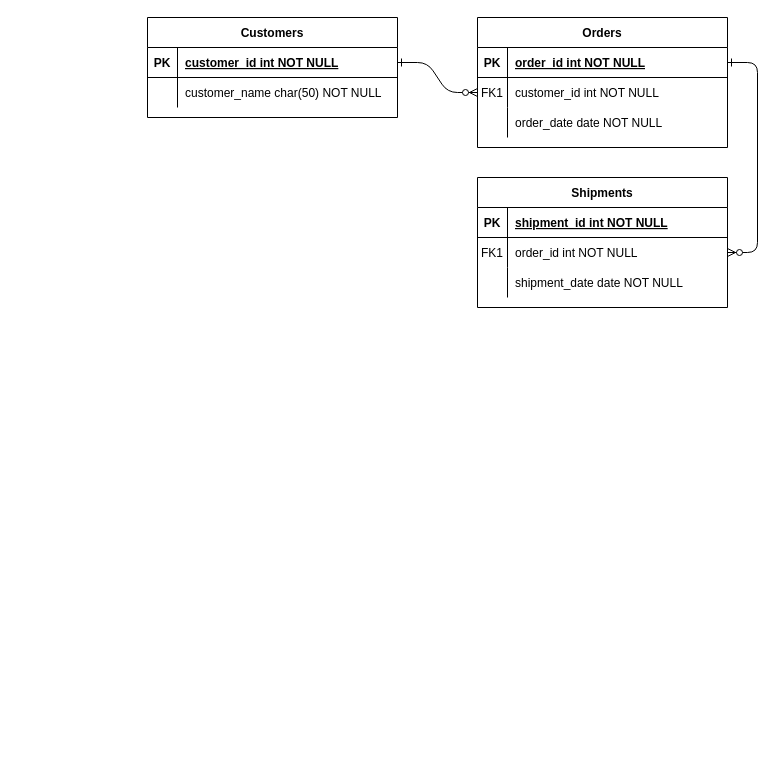
Earlier version of the draw.io diagram Classwork10/02.drawio (KESHAVSHARMA40/KESHAVGITHUB). Source tidied: cells renumbered, new cells numbered last; positions are measured from the earlier drawing's top-left corner, leaving out a move shared by most shapes. Both pictures are drawn from the tidied source at 100%, with x=0, y=0 at pixel (147, 17).
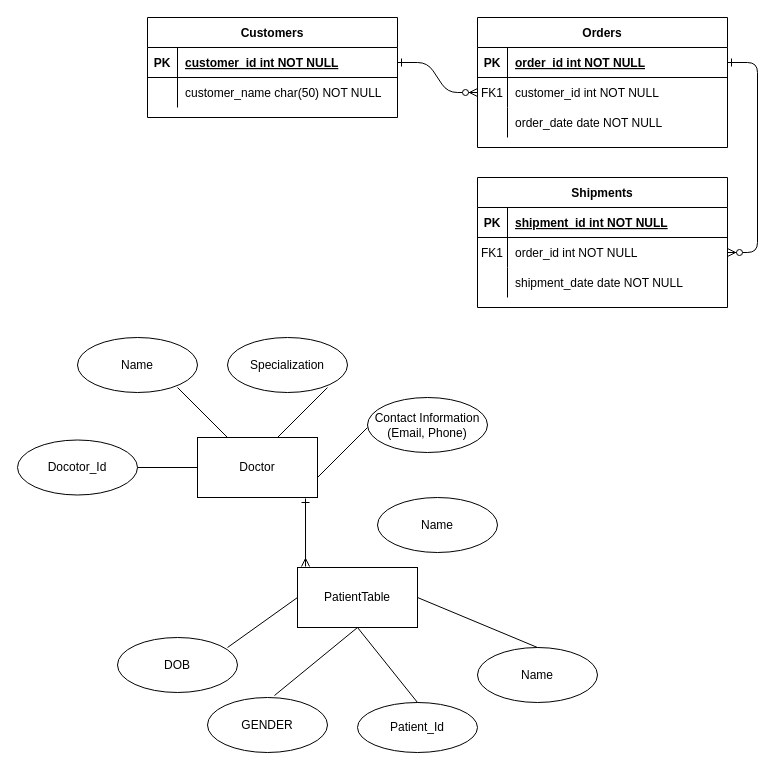
The same diagram, later.

Diff of the diagram source:
```diff
@@
+    <mxCell id="31" value="Patient_Id" style="ellipse;whiteSpace=wrap;html=1;" parent="1" vertex="1">
+      <mxGeometry x="210" y="685" width="120" height="50" as="geometry" />
+    </mxCell>
+    <mxCell id="32" value="PatientTable" style="rounded=0;whiteSpace=wrap;html=1;" parent="1" vertex="1">
+      <mxGeometry x="150" y="550" width="120" height="60" as="geometry" />
+    </mxCell>
+    <mxCell id="33" value="Name" style="ellipse;whiteSpace=wrap;html=1;" parent="1" vertex="1">
+      <mxGeometry x="330" y="630" width="120" height="55" as="geometry" />
+    </mxCell>
+    <mxCell id="34" value="DOB" style="ellipse;whiteSpace=wrap;html=1;" parent="1" vertex="1">
+      <mxGeometry x="-30" y="620" width="120" height="55" as="geometry" />
+    </mxCell>
+    <mxCell id="35" value="GENDER" style="ellipse;whiteSpace=wrap;html=1;" parent="1" vertex="1">
+      <mxGeometry x="60" y="680" width="120" height="55" as="geometry" />
+    </mxCell>
+    <mxCell id="36" style="endArrow=none;html=1;rounded=0;exitX=0.917;exitY=0.182;exitDx=0;exitDy=0;exitPerimeter=0;" parent="1" edge="1" source="34">
+      <mxGeometry relative="1" as="geometry">
+        <mxPoint x="150" y="580" as="targetPoint" />
+      </mxGeometry>
+    </mxCell>
+    <mxCell id="37" style="endArrow=none;html=1;rounded=0;exitX=0.558;exitY=-0.036;exitDx=0;exitDy=0;exitPerimeter=0;" parent="1" edge="1" source="35">
+      <mxGeometry relative="1" as="geometry">
+        <mxPoint x="210" y="610" as="targetPoint" />
+      </mxGeometry>
+    </mxCell>
+    <mxCell id="38" style="endArrow=none;html=1;rounded=0;exitX=0.5;exitY=0;exitDx=0;exitDy=0;" parent="1" edge="1" source="31">
+      <mxGeometry relative="1" as="geometry">
+        <mxPoint x="210" y="610" as="targetPoint" />
+      </mxGeometry>
+    </mxCell>
+    <mxCell id="39" style="endArrow=none;html=1;rounded=0;entryX=0.5;entryY=0;entryDx=0;entryDy=0;" parent="1" edge="1" target="33">
+      <mxGeometry relative="1" as="geometry">
+        <mxPoint x="270" y="580" as="sourcePoint" />
+      </mxGeometry>
+    </mxCell>
+    <mxCell id="40" value="Doctor" style="rounded=0;whiteSpace=wrap;html=1;" parent="1" vertex="1">
+      <mxGeometry x="50" y="420" width="120" height="60" as="geometry" />
+    </mxCell>
+    <mxCell id="41" value="Name" style="ellipse;whiteSpace=wrap;html=1;" parent="1" vertex="1">
+      <mxGeometry x="230" y="480" width="120" height="55" as="geometry" />
+    </mxCell>
+    <mxCell id="42" value="Docotor_Id" style="ellipse;whiteSpace=wrap;html=1;" parent="1" vertex="1">
+      <mxGeometry x="-130" y="422.5" width="120" height="55" as="geometry" />
+    </mxCell>
+    <mxCell id="43" value="Contact Information (Email, Phone)" style="ellipse;whiteSpace=wrap;html=1;" parent="1" vertex="1">
+      <mxGeometry x="220" y="380" width="120" height="55" as="geometry" />
+    </mxCell>
+    <mxCell id="44" value="Specialization" style="ellipse;whiteSpace=wrap;html=1;" parent="1" vertex="1">
+      <mxGeometry x="80" y="320" width="120" height="55" as="geometry" />
+    </mxCell>
+    <mxCell id="45" value="Name" style="ellipse;whiteSpace=wrap;html=1;" parent="1" vertex="1">
+      <mxGeometry x="-70" y="320" width="120" height="55" as="geometry" />
+    </mxCell>
+    <mxCell id="46" style="endArrow=none;html=1;rounded=0;" parent="1" edge="1">
+      <mxGeometry relative="1" as="geometry">
+        <mxPoint x="170" y="460" as="sourcePoint" />
+        <mxPoint x="220" y="410" as="targetPoint" />
+      </mxGeometry>
+    </mxCell>
+    <mxCell id="47" style="endArrow=none;html=1;rounded=0;" parent="1" edge="1">
+      <mxGeometry relative="1" as="geometry">
+        <mxPoint x="130" y="420" as="sourcePoint" />
+        <mxPoint x="180" y="370" as="targetPoint" />
+      </mxGeometry>
+    </mxCell>
+    <mxCell id="48" style="endArrow=none;html=1;rounded=0;" parent="1" edge="1" source="42">
+      <mxGeometry relative="1" as="geometry">
+        <mxPoint x="50" y="450" as="targetPoint" />
+      </mxGeometry>
+    </mxCell>
+    <mxCell id="49" style="endArrow=none;html=1;rounded=0;entryX=0.25;entryY=0;entryDx=0;entryDy=0;" parent="1" edge="1" target="40">
+      <mxGeometry relative="1" as="geometry">
+        <mxPoint x="30" y="370" as="sourcePoint" />
+      </mxGeometry>
+    </mxCell>
+    <mxCell id="50" style="endArrow=ERone;html=1;rounded=0;exitX=0.067;exitY=-0.017;exitDx=0;exitDy=0;exitPerimeter=0;startArrow=ERmany;startFill=0;endFill=0;" parent="1" edge="1" source="32">
+      <mxGeometry relative="1" as="geometry">
+        <mxPoint x="158" y="481" as="targetPoint" />
+      </mxGeometry>
+    </mxCell>
```
